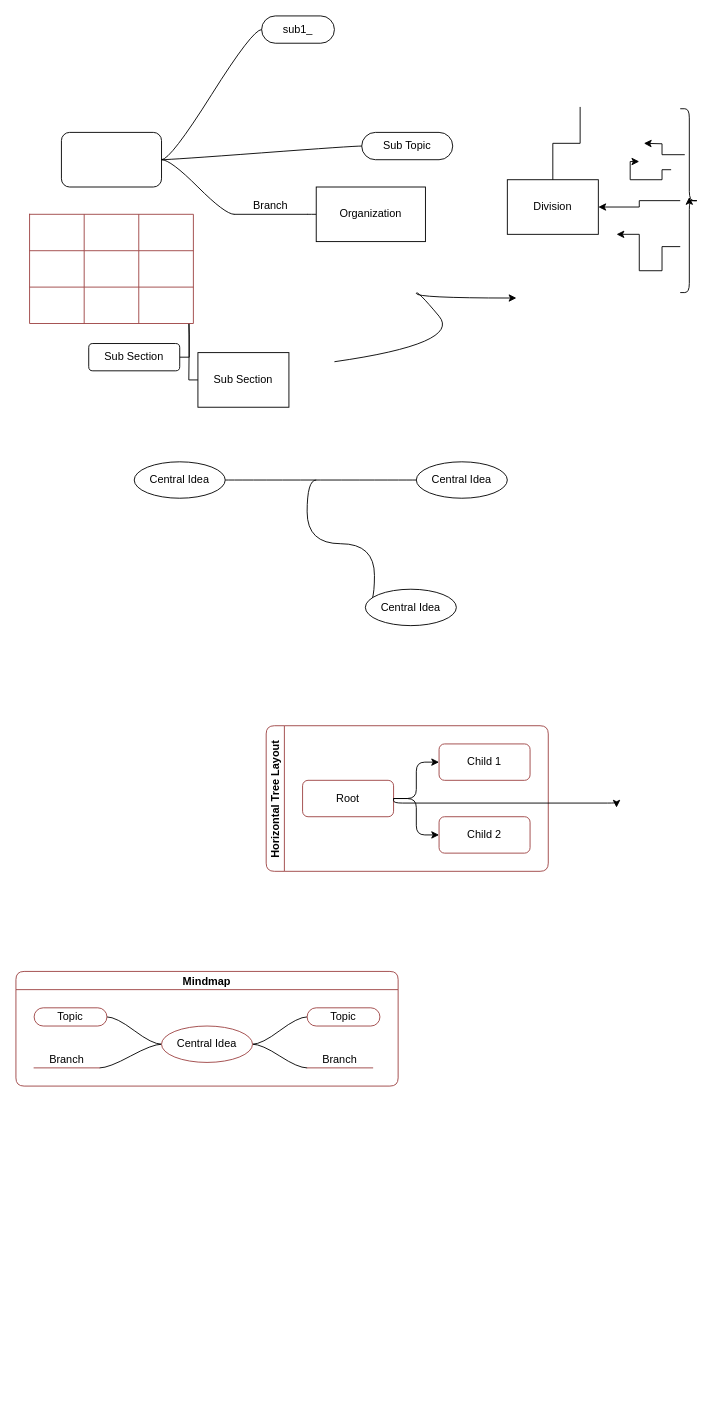
The draw.io diagram 未命名表单.drawio in gituserc123/HelloWorld, before the edit. Source tidied: cells renumbered, new cells numbered last; positions are measured from the earlier drawing's top-left corner, leaving out a move shared by most shapes. Both pictures are drawn from the tidied source at 91%, with x=0, y=0 at pixel (15, 15).
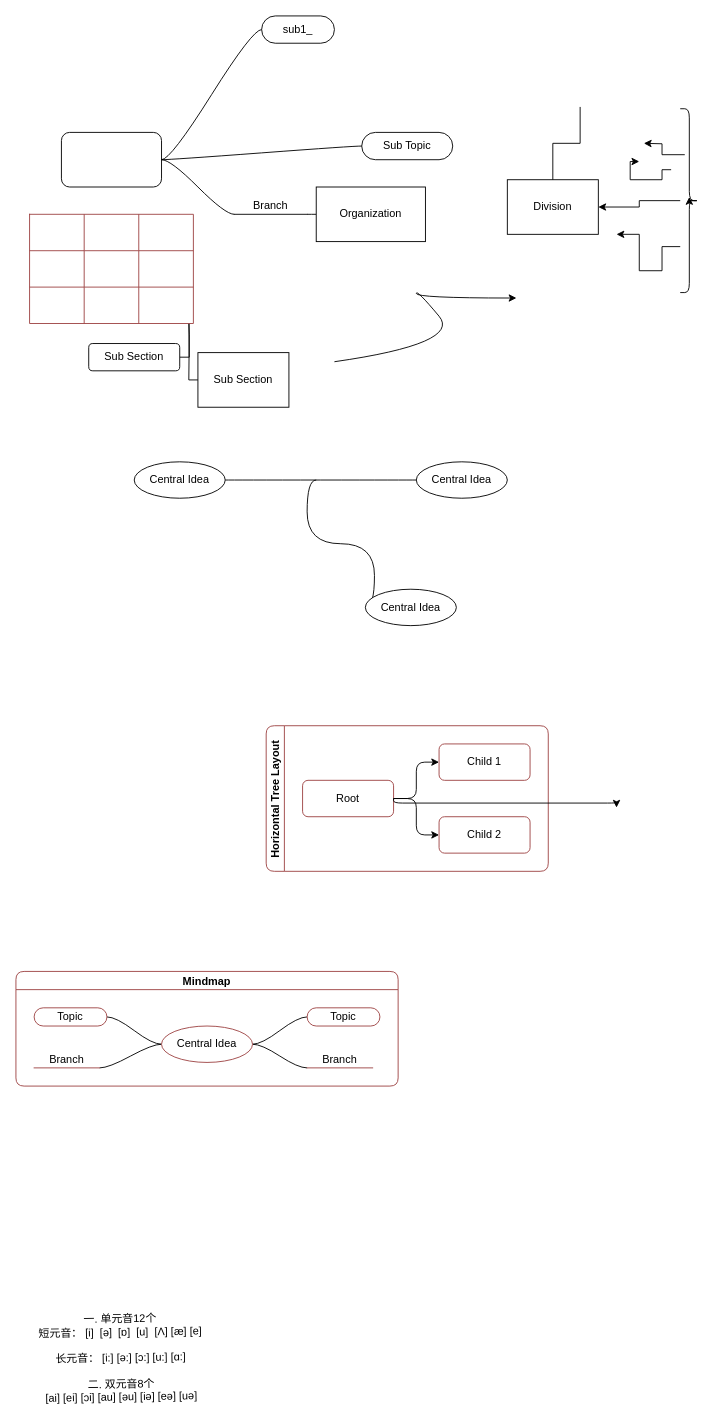
Above is the later version.

Commit message:
更新未命名表单.drawio

Change to the diagram source:
```diff
@@
+    <mxCell id="59" value="&lt;div&gt;一. 单元音12个&lt;/div&gt;&lt;div&gt;短元音： [i]&amp;nbsp; [ə]&amp;nbsp; [ɒ]&amp;nbsp; [u]&amp;nbsp; [Λ] [æ] [e]&lt;/div&gt;&lt;div&gt;&lt;br&gt;&lt;/div&gt;&lt;div&gt;长元音： [i:] [ə:] [ɔ:] [u:] [ɑ:]&lt;/div&gt;&lt;div&gt;&lt;br&gt;&lt;/div&gt;&lt;div&gt;二. 双元音8个&lt;/div&gt;&lt;div&gt;[ai] [ei] [ɔi] [au] [əu] [iə] [eə] [uə]&lt;/div&gt;" style="text;html=1;align=center;verticalAlign=middle;strokeColor=none;fillColor=none;rotation=-1;" parent="1" vertex="1">
+      <mxGeometry x="15" y="1420" width="200" height="110" as="geometry" />
+    </mxCell>
```
